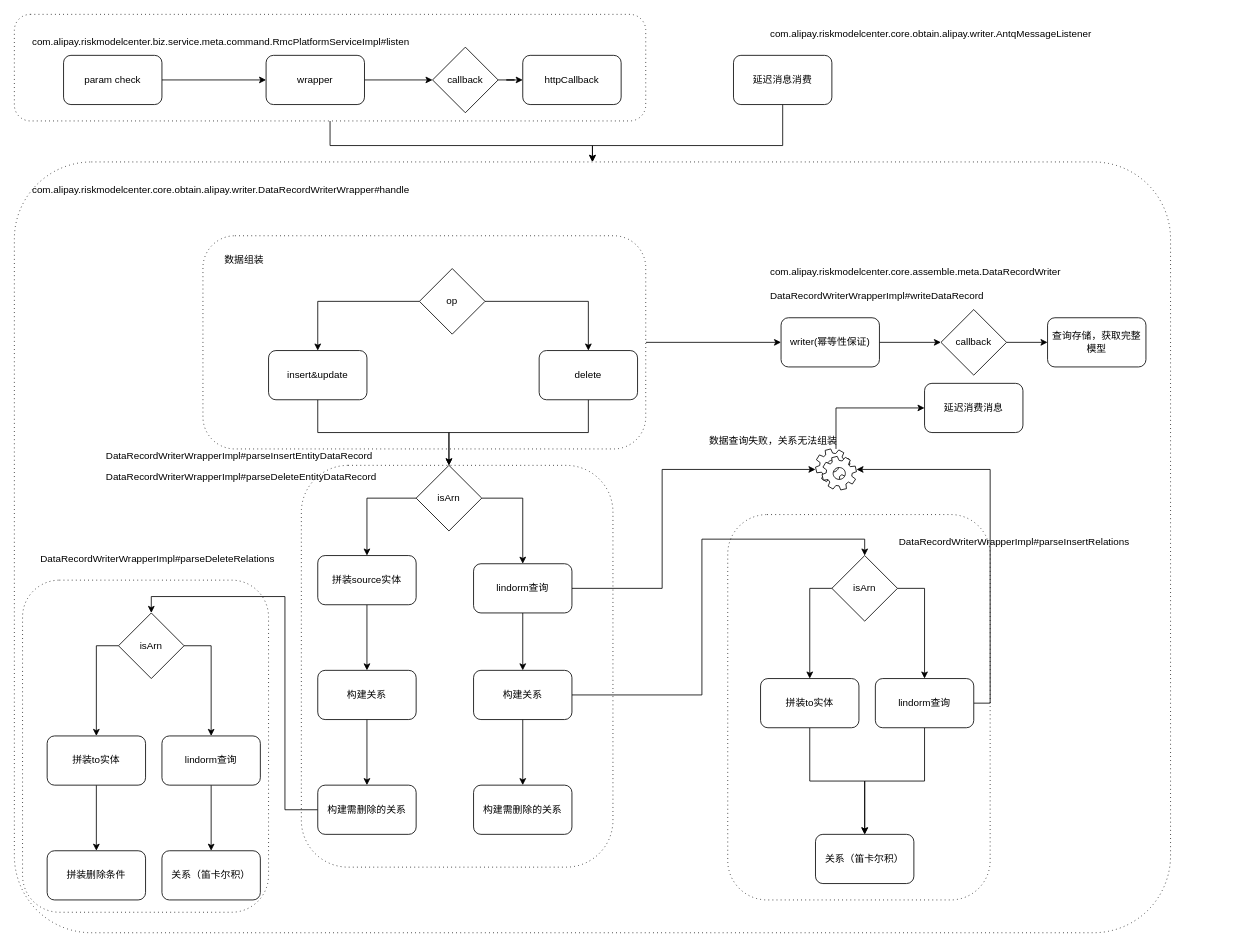
The draw.io diagram 蚂蚁金服/RMC/监控元数据需求数据流程.drawio in frankneu/draw.io, before the edit. Source tidied: cells renumbered, new cells numbered last; positions are measured from the earlier drawing's top-left corner, leaving out a move shared by most shapes. Both pictures are drawn from the tidied source at 82%, with x=0, y=0 at pixel (14, 14).
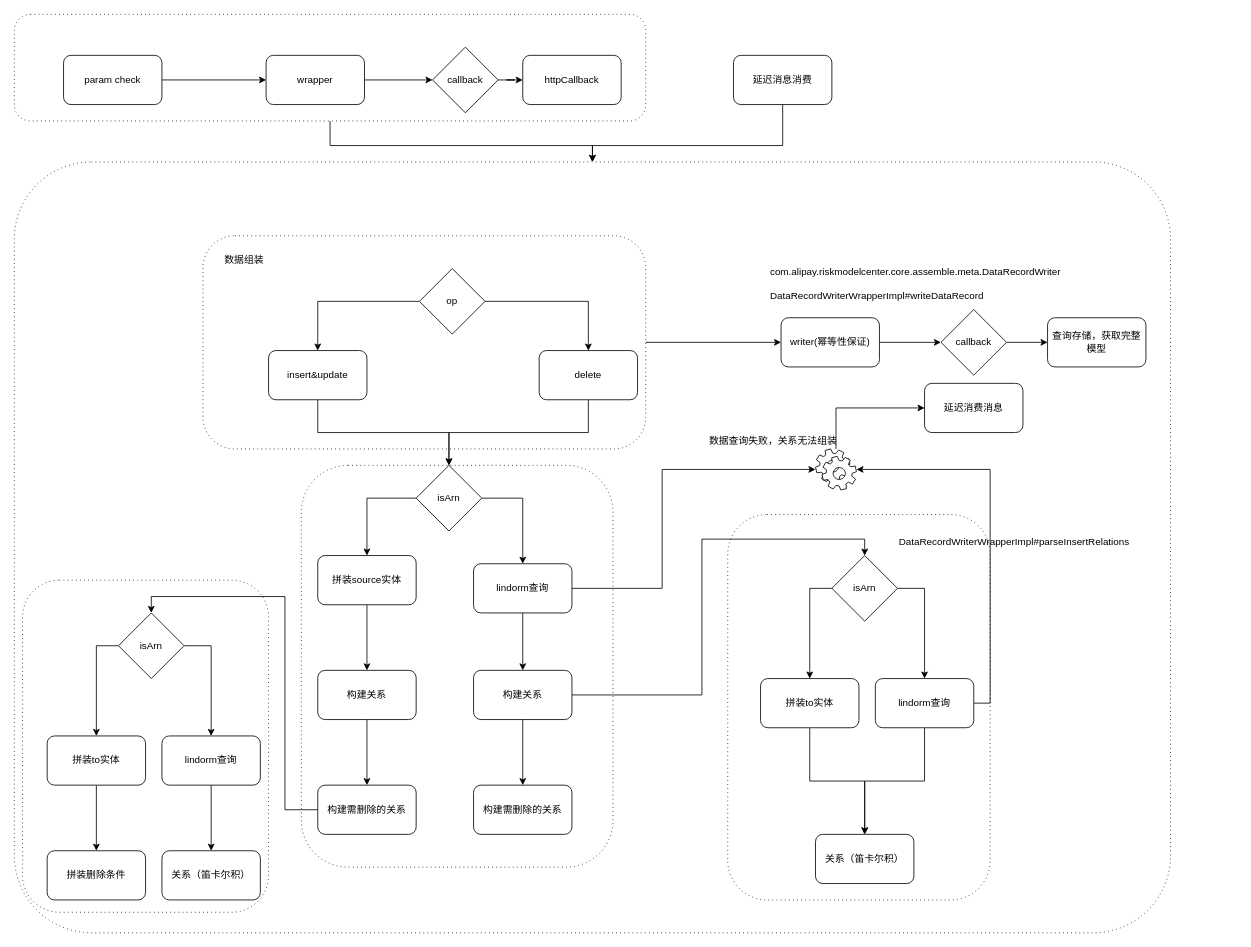
The same page after the edit.

Commit message:
Update 监控元数据需求数据流程.drawio

The edit, as a diff of the source:
```diff
@@
-    <mxCell id="59" value="com.alipay.riskmodelcenter.biz.service.meta.command.RmcPlatformServiceImpl#listen" style="text;html=1;" parent="1" vertex="1">
-      <mxGeometry x="20" y="20" width="490" height="30" as="geometry" />
-    </mxCell>
-    <mxCell id="60" value="com.alipay.riskmodelcenter.core.obtain.alipay.writer.DataRecordWriterWrapper#handle" style="text;html=1;" parent="1" vertex="1">
-      <mxGeometry x="20" y="200" width="490" height="30" as="geometry" />
-    </mxCell>
@@
-    <mxCell id="70" value="com.alipay.riskmodelcenter.core.obtain.alipay.writer.AntqMessageListener" style="text;html=1;" parent="1" vertex="1">
-      <mxGeometry x="920" y="10" width="420" height="30" as="geometry" />
-    </mxCell>
@@
-    <mxCell id="73" value="DataRecordWriterWrapperImpl#parseInsertEntityDataRecord" style="text;html=1;" parent="1" vertex="1">
-      <mxGeometry x="110" y="525" width="630" height="30" as="geometry" />
-    </mxCell>
-    <mxCell id="74" value="DataRecordWriterWrapperImpl#parseDeleteEntityDataRecord" style="text;html=1;" parent="1" vertex="1">
-      <mxGeometry x="110" y="550" width="630" height="30" as="geometry" />
-    </mxCell>
@@
-    <mxCell id="76" value="DataRecordWriterWrapperImpl#parseDeleteRelations" style="text;html=1;" parent="1" vertex="1">
-      <mxGeometry x="30" y="650" width="730" height="30" as="geometry" />
-    </mxCell>
```
